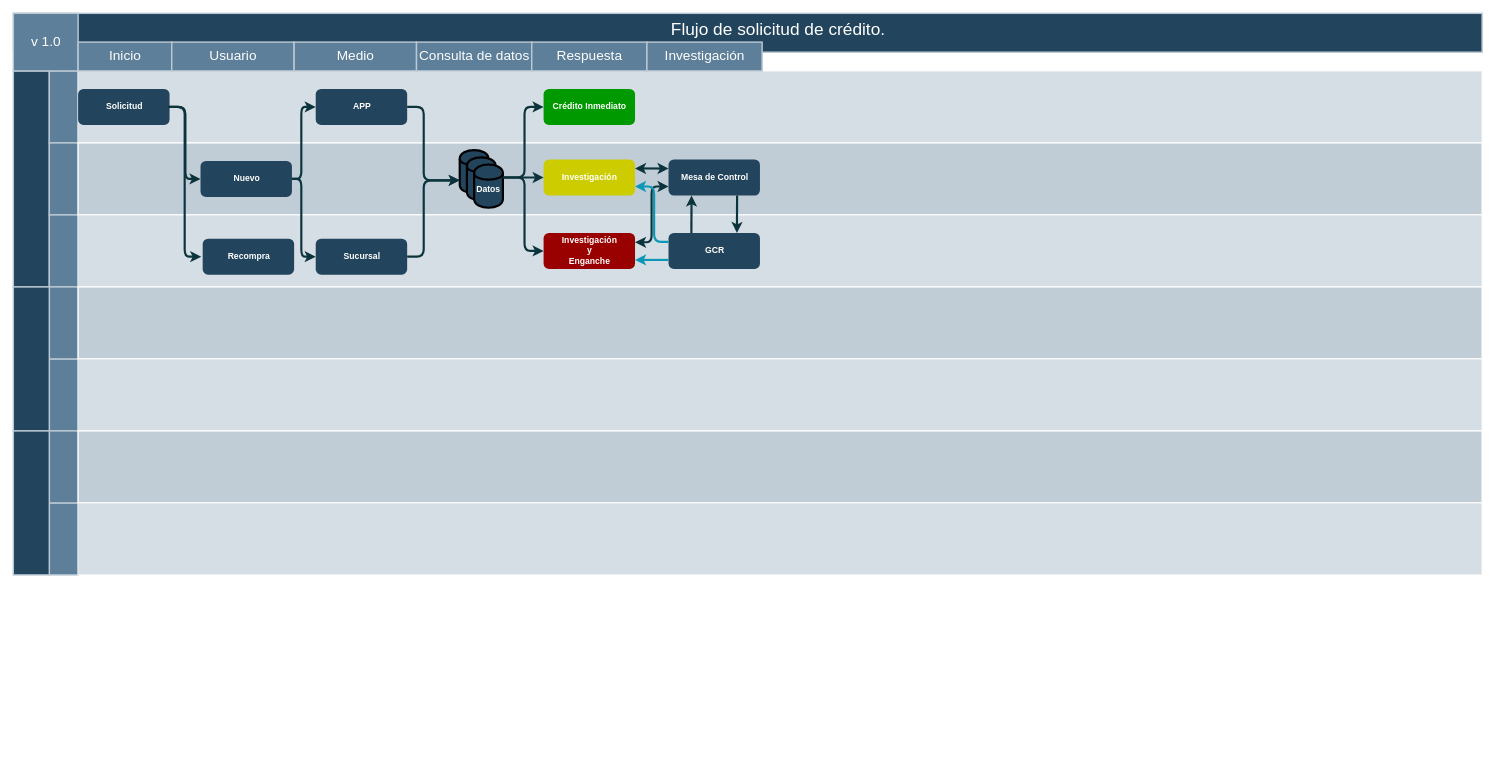
The draw.io diagram Untitled Diagram.drawio in ChristianG-M/WEB, before the edit. Source tidied: cells renumbered, new cells numbered last; positions are measured from the earlier drawing's top-left corner, leaving out a move shared by most shapes. Both pictures are drawn from the tidied source at 72%, with x=0, y=0 at pixel (13, 13).
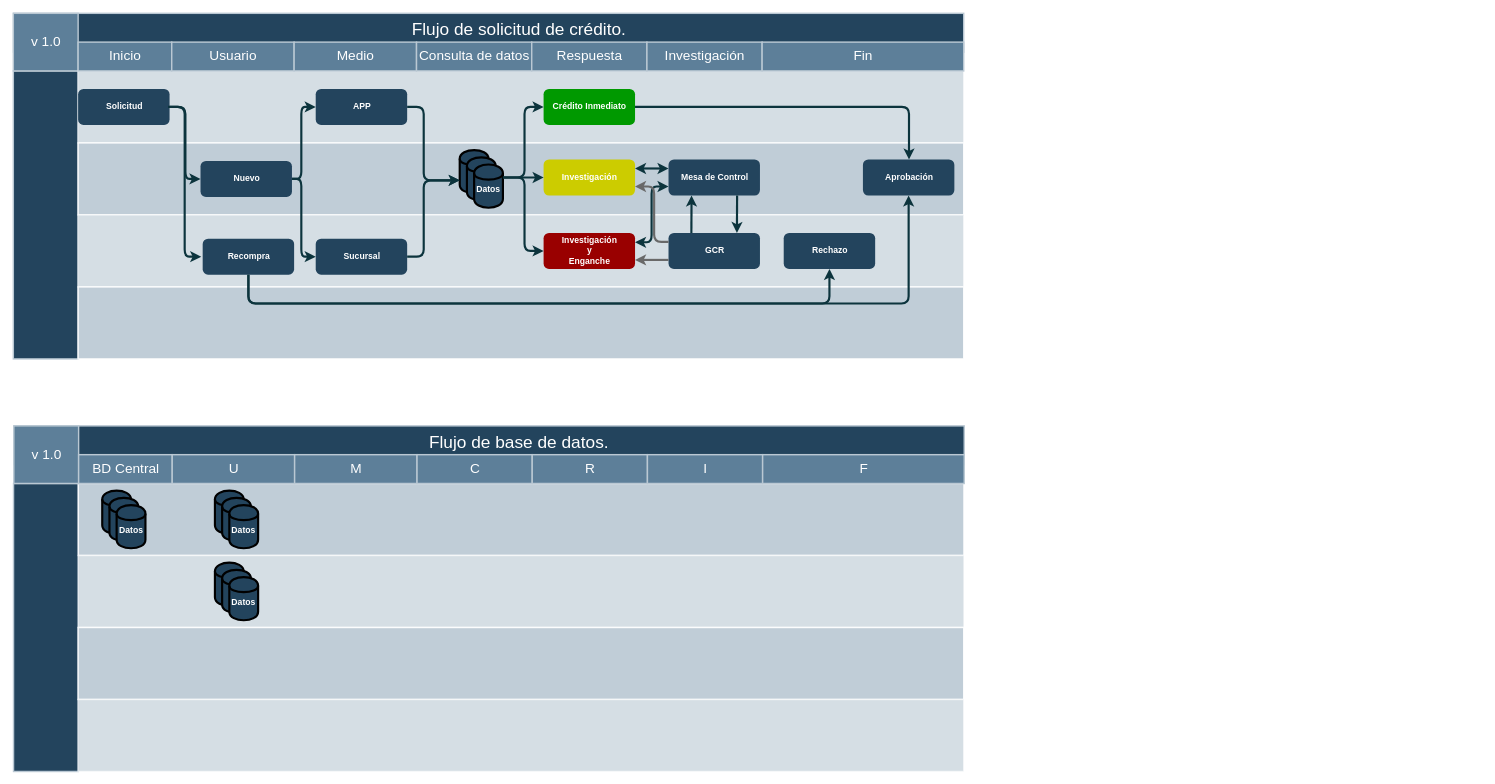
The same page after the edit.

Unchanged cells that the change refers to:
```xml
<mxCell id="28" value="&lt;font color=&quot;#FFFFFF&quot;&gt;&lt;b&gt;Recompra&lt;/b&gt;&lt;/font&gt;" style="rounded=1;fillColor=#23445D;strokeColor=none;strokeWidth=2;fontFamily=Helvetica;html=1;gradientColor=none;" parent="1" vertex="1">
  <mxGeometry x="263" y="313" width="127" height="50" as="geometry" />
</mxCell>
<mxCell id="40" value="&lt;div&gt;&lt;font color=&quot;#FFFFFF&quot;&gt;&lt;b&gt;Investigación&lt;/b&gt;&lt;/font&gt;&lt;/div&gt;&lt;div&gt;&lt;font color=&quot;#FFFFFF&quot;&gt;&lt;b&gt;y&lt;/b&gt;&lt;/font&gt;&lt;/div&gt;&lt;div&gt;&lt;font color=&quot;#FFFFFF&quot;&gt;&lt;b&gt; Enganche&lt;/b&gt;&lt;/font&gt;&lt;/div&gt;" style="rounded=1;strokeColor=none;strokeWidth=2;fontFamily=Helvetica;html=1;gradientColor=none;fillColor=#990000;" parent="1" vertex="1">
  <mxGeometry x="736.5" y="305" width="127" height="50" as="geometry" />
</mxCell>
<mxCell id="42" value="&lt;font color=&quot;#FFFFFF&quot;&gt;&lt;b&gt;Investigación&lt;/b&gt;&lt;/font&gt;" style="rounded=1;strokeColor=none;strokeWidth=2;fontFamily=Helvetica;html=1;gradientColor=none;fillColor=#CCCC00;" parent="1" vertex="1">
  <mxGeometry x="736.5" y="203" width="127" height="50" as="geometry" />
</mxCell>
<mxCell id="43" value="&lt;font color=&quot;#FFFFFF&quot;&gt;&lt;b&gt;Crédito Inmediato&lt;br&gt;&lt;/b&gt;&lt;/font&gt;" style="rounded=1;strokeColor=none;strokeWidth=2;fontFamily=Helvetica;html=1;gradientColor=none;fillColor=#009900;" parent="1" vertex="1">
  <mxGeometry x="736.5" y="105" width="127" height="50" as="geometry" />
</mxCell>
<mxCell id="48" value="&lt;font color=&quot;#FFFFFF&quot;&gt;&lt;b&gt;GCR&lt;/b&gt;&lt;/font&gt;" style="rounded=1;fillColor=#23445D;strokeColor=none;strokeWidth=2;fontFamily=Helvetica;html=1;gradientColor=none;" parent="1" vertex="1">
  <mxGeometry x="910" y="305" width="127" height="50" as="geometry" />
</mxCell>
```

What changed in the source:
```diff
@@
     <mxCell id="2" value="Flujo de solicitud de crédito." style="strokeColor=#BAC8D3;fillColor=#23445D;fontSize=24;strokeWidth=2;fontFamily=Helvetica;html=1;fontColor=#FFFFFF;fontStyle=0;spacingBottom=8;spacingRight=0;spacingLeft=83;" parent="1" vertex="1">
-      <mxGeometry x="0.3" width="2039.7" height="54" as="geometry" />
+      <mxGeometry x="0.3" width="1319.7" height="54" as="geometry" />
     </mxCell>
     <mxCell id="3" style="strokeColor=#BAC8D3;fillColor=#23445D;fontSize=24;strokeWidth=2;horizontal=0;fontFamily=Helvetica;html=1;fontColor=#FFFFFF;fontStyle=0;" parent="1" vertex="1">
-      <mxGeometry y="80" width="50" height="300" as="geometry" />
+      <mxGeometry y="80" width="90" height="400" as="geometry" />
     </mxCell>
-    <mxCell id="4" style="strokeColor=#BAC8D3;fillColor=#5d7f99;fontSize=19;strokeWidth=2;horizontal=0;fontFamily=Helvetica;html=1;labelBackgroundColor=none;fontColor=#FFFFFF;" parent="1" vertex="1">
-      <mxGeometry x="50" y="80" width="40" height="100" as="geometry" />
-    </mxCell>
@@
-    <mxCell id="6" style="strokeColor=#BAC8D3;fillColor=#5d7f99;fontSize=19;strokeWidth=2;horizontal=0;fontFamily=Helvetica;html=1;labelBackgroundColor=none;fontColor=#FFFFFF;" parent="1" vertex="1">
-      <mxGeometry x="50" y="180" width="40" height="100" as="geometry" />
-    </mxCell>
-    <mxCell id="7" style="strokeColor=#BAC8D3;fillColor=#5d7f99;fontSize=19;strokeWidth=2;horizontal=0;fontFamily=Helvetica;html=1;labelBackgroundColor=none;fontColor=#FFFFFF;" parent="1" vertex="1">
-      <mxGeometry x="50" y="280" width="40" height="100" as="geometry" />
-    </mxCell>
-    <mxCell id="8" style="strokeColor=#BAC8D3;fillColor=#5d7f99;fontSize=19;strokeWidth=2;horizontal=0;fontFamily=Helvetica;html=1;labelBackgroundColor=none;fontColor=#FFFFFF;" parent="1" vertex="1">
-      <mxGeometry x="50" y="480" width="40" height="100" as="geometry" />
-    </mxCell>
-    <mxCell id="9" style="strokeColor=#BAC8D3;fillColor=#5d7f99;fontSize=19;strokeWidth=2;horizontal=0;fontFamily=Helvetica;html=1;labelBackgroundColor=none;fontColor=#FFFFFF;" parent="1" vertex="1">
-      <mxGeometry x="50" y="380" width="40" height="100" as="geometry" />
-    </mxCell>
-    <mxCell id="10" style="strokeColor=#BAC8D3;fillColor=#23445D;fontSize=24;strokeWidth=2;horizontal=0;fontFamily=Helvetica;html=1;fontColor=#FFFFFF;fontStyle=0;" parent="1" vertex="1">
-      <mxGeometry y="380" width="50" height="200" as="geometry" />
-    </mxCell>
-    <mxCell id="11" style="strokeColor=#BAC8D3;fillColor=#5d7f99;fontSize=19;strokeWidth=2;horizontal=0;fontFamily=Helvetica;html=1;labelBackgroundColor=none;fontColor=#FFFFFF;" parent="1" vertex="1">
-      <mxGeometry x="50" y="680" width="40" height="100" as="geometry" />
-    </mxCell>
-    <mxCell id="12" style="strokeColor=#BAC8D3;fillColor=#5d7f99;fontSize=19;strokeWidth=2;horizontal=0;fontFamily=Helvetica;html=1;labelBackgroundColor=none;fontColor=#FFFFFF;" parent="1" vertex="1">
-      <mxGeometry x="50" y="580" width="40" height="100" as="geometry" />
-    </mxCell>
     <mxCell id="13" style="strokeColor=#BAC8D3;fillColor=#23445D;fontSize=24;strokeWidth=2;horizontal=0;fontFamily=Helvetica;html=1;fontColor=#FFFFFF;fontStyle=0;" parent="1" vertex="1">
-      <mxGeometry y="580" width="50" height="200" as="geometry" />
+      <mxGeometry x="0.3" y="653" width="90" height="400" as="geometry" />
     </mxCell>
     <mxCell id="14" style="strokeColor=#FFFFFF;fillColor=#BAC8D3;fontSize=18;strokeWidth=2;fontFamily=Helvetica;html=1;opacity=60;" parent="1" vertex="1">
-      <mxGeometry x="90" y="80" width="1950" height="100" as="geometry" />
+      <mxGeometry x="90" y="80" width="1230" height="100" as="geometry" />
     </mxCell>
     <mxCell id="15" style="strokeColor=#FFFFFF;fillColor=#BAC8D3;fontSize=18;strokeWidth=2;fontFamily=Helvetica;html=1;opacity=90;" parent="1" vertex="1">
-      <mxGeometry x="90" y="180" width="1950" height="100" as="geometry" />
+      <mxGeometry x="90" y="180" width="1230" height="100" as="geometry" />
     </mxCell>
     <mxCell id="16" style="strokeColor=#FFFFFF;fillColor=#BAC8D3;fontSize=18;strokeWidth=2;fontFamily=Helvetica;html=1;opacity=60;" parent="1" vertex="1">
-      <mxGeometry x="90" y="280" width="1950" height="100" as="geometry" />
+      <mxGeometry x="90" y="280" width="1230" height="100" as="geometry" />
     </mxCell>
     <mxCell id="17" style="strokeColor=#FFFFFF;fillColor=#BAC8D3;fontSize=18;strokeWidth=2;fontFamily=Helvetica;html=1;opacity=90;" parent="1" vertex="1">
-      <mxGeometry x="90" y="380" width="1950" height="100" as="geometry" />
+      <mxGeometry x="90" y="380" width="1230" height="100" as="geometry" />
     </mxCell>
-    <mxCell id="18" style="strokeColor=#FFFFFF;fillColor=#BAC8D3;fontSize=18;strokeWidth=2;fontFamily=Helvetica;html=1;opacity=60;" parent="1" vertex="1">
-      <mxGeometry x="90" y="480" width="1950" height="100" as="geometry" />
-    </mxCell>
     <mxCell id="19" style="strokeColor=#FFFFFF;fillColor=#BAC8D3;fontSize=18;strokeWidth=2;fontFamily=Helvetica;html=1;opacity=90;" parent="1" vertex="1">
-      <mxGeometry x="90" y="580" width="1950" height="100" as="geometry" />
+      <mxGeometry x="90.3" y="653" width="1230" height="100" as="geometry" />
     </mxCell>
     <mxCell id="20" style="strokeColor=#FFFFFF;fillColor=#BAC8D3;fontSize=18;strokeWidth=2;fontFamily=Helvetica;html=1;opacity=60;" parent="1" vertex="1">
-      <mxGeometry x="90" y="680" width="1950" height="100" as="geometry" />
+      <mxGeometry x="90.3" y="753" width="1230" height="100" as="geometry" />
     </mxCell>
@@
-    <mxCell id="55" style="edgeStyle=elbowEdgeStyle;elbow=horizontal;strokeWidth=3;fontFamily=Helvetica;html=1;exitX=0;exitY=0.25;exitDx=0;exitDy=0;entryX=1;entryY=0.75;entryDx=0;entryDy=0;strokeColor=#0B97B5;" parent="1" edge="1" source="48" target="42">
+    <mxCell id="55" style="edgeStyle=elbowEdgeStyle;elbow=horizontal;strokeWidth=3;fontFamily=Helvetica;html=1;entryX=1;entryY=0.75;entryDx=0;entryDy=0;strokeColor=#696969;exitX=0;exitY=0.25;exitDx=0;exitDy=0;" parent="1" edge="1" source="48" target="42">
       <mxGeometry x="558.3" y="806" as="geometry">
         <Array as="points">
+          <mxPoint x="890" y="318" />
+          <mxPoint x="890" y="318" />
           <mxPoint x="890" y="283" />
           <mxPoint x="1078.2" y="267" />
           <mxPoint x="1088.2" y="337" />
           <mxPoint x="1101.2" y="420" />
           <mxPoint x="1104.2" y="510" />
           <mxPoint x="1137.2" y="639" />
         </Array>
       </mxGeometry>
     </mxCell>
-    <mxCell id="56" style="edgeStyle=elbowEdgeStyle;elbow=horizontal;strokeWidth=3;fontFamily=Helvetica;html=1;exitX=0;exitY=0.75;exitDx=0;exitDy=0;entryX=1;entryY=0.75;entryDx=0;entryDy=0;strokeColor=#0B97B5;" parent="1" edge="1" source="48" target="40">
+    <mxCell id="56" style="edgeStyle=elbowEdgeStyle;elbow=horizontal;strokeWidth=3;fontFamily=Helvetica;html=1;exitX=0;exitY=0.75;exitDx=0;exitDy=0;entryX=1;entryY=0.75;entryDx=0;entryDy=0;strokeColor=#696969;" parent="1" edge="1" source="48" target="40">
       <mxGeometry x="568.3" y="816" as="geometry">
         <Array as="points">
           <mxPoint x="880" y="330" />
           <mxPoint x="1088.2" y="277" />
           <mxPoint x="1098.2" y="347" />
           <mxPoint x="1111.2" y="430" />
           <mxPoint x="1114.2" y="520" />
           <mxPoint x="1147.2" y="649" />
         </Array>
       </mxGeometry>
     </mxCell>
+    <mxCell id="57" value="Fin" style="strokeColor=#BAC8D3;fillColor=#5d7f99;fontSize=19;strokeWidth=2;fontFamily=Helvetica;html=1;labelBackgroundColor=none;fontColor=#FFFFFF;" parent="1" vertex="1">
+      <mxGeometry x="1040" y="40" width="280" height="40" as="geometry" />
+    </mxCell>
+    <mxCell id="58" value="&lt;font color=&quot;#FFFFFF&quot;&gt;&lt;b&gt;Aprobación&lt;br&gt;&lt;/b&gt;&lt;/font&gt;" style="rounded=1;fillColor=#23445D;strokeColor=none;strokeWidth=2;fontFamily=Helvetica;html=1;gradientColor=none;" parent="1" vertex="1">
+      <mxGeometry x="1180" y="203" width="127" height="50" as="geometry" />
+    </mxCell>
+    <mxCell id="59" value="&lt;font color=&quot;#FFFFFF&quot;&gt;&lt;b&gt;Rechazo&lt;br&gt;&lt;/b&gt;&lt;/font&gt;" style="rounded=1;fillColor=#23445D;strokeColor=none;strokeWidth=2;fontFamily=Helvetica;html=1;gradientColor=none;" parent="1" vertex="1">
+      <mxGeometry x="1070" y="305" width="127" height="50" as="geometry" />
+    </mxCell>
+    <mxCell id="60" style="edgeStyle=elbowEdgeStyle;elbow=horizontal;strokeWidth=3;strokeColor=#0C343D;fontFamily=Helvetica;html=1;exitX=1;exitY=0.5;exitDx=0;exitDy=0;entryX=0.5;entryY=0;entryDx=0;entryDy=0;" parent="1" edge="1" source="43" target="58">
+      <mxGeometry x="523.6" y="665" as="geometry">
+        <Array as="points">
+          <mxPoint x="1244" y="163" />
+          <mxPoint x="1233" y="163" />
+          <mxPoint x="1053.5" y="196" />
+          <mxPoint x="1066.5" y="279" />
+          <mxPoint x="1069.5" y="369" />
+          <mxPoint x="1102.5" y="498" />
+        </Array>
+      </mxGeometry>
+    </mxCell>
+    <mxCell id="61" style="edgeStyle=elbowEdgeStyle;elbow=horizontal;strokeWidth=3;strokeColor=#0C343D;fontFamily=Helvetica;html=1;exitX=0.5;exitY=1;exitDx=0;exitDy=0;entryX=0.5;entryY=1;entryDx=0;entryDy=0;" parent="1" edge="1" source="28" target="58">
+      <mxGeometry x="-19.9" y="958" as="geometry">
+        <Array as="points">
+          <mxPoint x="720" y="403" />
+          <mxPoint x="720" y="383" />
+          <mxPoint x="1110" y="283" />
+          <mxPoint x="1100" y="383" />
+          <mxPoint x="327" y="403" />
+          <mxPoint x="610" y="413" />
+          <mxPoint x="689.5" y="456" />
+          <mxPoint x="510" y="489" />
+          <mxPoint x="523" y="572" />
+          <mxPoint x="526" y="662" />
+          <mxPoint x="559" y="791" />
+        </Array>
+      </mxGeometry>
+    </mxCell>
+    <mxCell id="62" style="edgeStyle=elbowEdgeStyle;elbow=horizontal;strokeWidth=3;strokeColor=#0C343D;fontFamily=Helvetica;html=1;exitX=0.5;exitY=1;exitDx=0;exitDy=0;entryX=0.5;entryY=1;entryDx=0;entryDy=0;" parent="1" edge="1" source="28" target="59">
+      <mxGeometry x="-9.9" y="968" as="geometry">
+        <Array as="points">
+          <mxPoint x="790" y="403" />
+          <mxPoint x="730" y="393" />
+          <mxPoint x="1120" y="293" />
+          <mxPoint x="1110" y="393" />
+          <mxPoint x="337" y="413" />
+          <mxPoint x="620" y="423" />
+          <mxPoint x="699.5" y="466" />
+          <mxPoint x="520" y="499" />
+          <mxPoint x="533" y="582" />
+          <mxPoint x="536" y="672" />
+          <mxPoint x="569" y="801" />
+        </Array>
+      </mxGeometry>
+    </mxCell>
+    <mxCell id="63" value="Flujo de base de datos." style="strokeColor=#BAC8D3;fillColor=#23445D;fontSize=24;strokeWidth=2;fontFamily=Helvetica;html=1;fontColor=#FFFFFF;fontStyle=0;spacingBottom=8;spacingRight=0;spacingLeft=83;" parent="1" vertex="1">
+      <mxGeometry x="1" y="573" width="1319.7" height="54" as="geometry" />
+    </mxCell>
+    <mxCell id="64" value="v 1.0" style="strokeColor=#BAC8D3;fillColor=#5d7f99;fontSize=19;strokeWidth=2;fontFamily=Helvetica;html=1;labelBackgroundColor=none;fontColor=#FFFFFF;" parent="1" vertex="1">
+      <mxGeometry x="0.7" y="573" width="90" height="80" as="geometry" />
+    </mxCell>
+    <mxCell id="65" style="group;" parent="1" vertex="1">
+      <mxGeometry x="90.7" y="613" width="300" height="40" as="geometry" />
+    </mxCell>
+    <mxCell id="66" value="BD Central" style="strokeColor=#BAC8D3;fillColor=#5d7f99;fontSize=19;strokeWidth=2;fontFamily=Helvetica;html=1;labelBackgroundColor=none;fontColor=#FFFFFF;" parent="65" vertex="1">
+      <mxGeometry width="130" height="40" as="geometry" />
+    </mxCell>
+    <mxCell id="67" value="U" style="strokeColor=#BAC8D3;fillColor=#5d7f99;fontSize=19;strokeWidth=2;fontFamily=Helvetica;html=1;labelBackgroundColor=none;fontColor=#FFFFFF;" parent="65" vertex="1">
+      <mxGeometry x="130" width="170" height="40" as="geometry" />
+    </mxCell>
+    <mxCell id="68" value="M" style="strokeColor=#BAC8D3;fillColor=#5d7f99;fontSize=19;strokeWidth=2;fontFamily=Helvetica;html=1;labelBackgroundColor=none;fontColor=#FFFFFF;" parent="1" vertex="1">
+      <mxGeometry x="390.7" y="613" width="170" height="40" as="geometry" />
+    </mxCell>
+    <mxCell id="69" value="C" style="strokeColor=#BAC8D3;fillColor=#5d7f99;fontSize=19;strokeWidth=2;fontFamily=Helvetica;html=1;labelBackgroundColor=none;fontColor=#FFFFFF;" parent="1" vertex="1">
+      <mxGeometry x="560.7" y="613" width="160" height="40" as="geometry" />
+    </mxCell>
+    <mxCell id="70" value="R" style="strokeColor=#BAC8D3;fillColor=#5d7f99;fontSize=19;strokeWidth=2;fontFamily=Helvetica;html=1;labelBackgroundColor=none;fontColor=#FFFFFF;" parent="1" vertex="1">
+      <mxGeometry x="720.7" y="613" width="160" height="40" as="geometry" />
+    </mxCell>
+    <mxCell id="71" value="I" style="strokeColor=#BAC8D3;fillColor=#5d7f99;fontSize=19;strokeWidth=2;fontFamily=Helvetica;html=1;labelBackgroundColor=none;fontColor=#FFFFFF;" parent="1" vertex="1">
+      <mxGeometry x="880.7" y="613" width="160" height="40" as="geometry" />
+    </mxCell>
+    <mxCell id="72" value="F" style="strokeColor=#BAC8D3;fillColor=#5d7f99;fontSize=19;strokeWidth=2;fontFamily=Helvetica;html=1;labelBackgroundColor=none;fontColor=#FFFFFF;" parent="1" vertex="1">
+      <mxGeometry x="1040.7" y="613" width="280" height="40" as="geometry" />
+    </mxCell>
+    <mxCell id="73" style="strokeColor=#FFFFFF;fillColor=#BAC8D3;fontSize=18;strokeWidth=2;fontFamily=Helvetica;html=1;opacity=90;" parent="1" vertex="1">
+      <mxGeometry x="90" y="853" width="1230" height="100" as="geometry" />
+    </mxCell>
+    <mxCell id="74" style="strokeColor=#FFFFFF;fillColor=#BAC8D3;fontSize=18;strokeWidth=2;fontFamily=Helvetica;html=1;opacity=60;" parent="1" vertex="1">
+      <mxGeometry x="90" y="953" width="1230" height="100" as="geometry" />
+    </mxCell>
+    <mxCell id="75" style="shape=cylinder;whiteSpace=wrap;html=1;boundedLbl=1;backgroundOutline=1;strokeWidth=3;fillColor=#23445D;" parent="1" vertex="1">
+      <mxGeometry x="123.5" y="663" width="40" height="60" as="geometry" />
+    </mxCell>
+    <mxCell id="76" style="shape=cylinder;whiteSpace=wrap;html=1;boundedLbl=1;backgroundOutline=1;strokeWidth=3;fillColor=#23445D;" parent="1" vertex="1">
+      <mxGeometry x="133.5" y="673" width="40" height="60" as="geometry" />
+    </mxCell>
+    <mxCell id="77" style="shape=cylinder;whiteSpace=wrap;html=1;boundedLbl=1;backgroundOutline=1;strokeWidth=3;fillColor=#23445D;" parent="1" vertex="1">
+      <mxGeometry x="143.5" y="683" width="40" height="60" as="geometry" />
+    </mxCell>
+    <mxCell id="78" value="&lt;b&gt;&lt;font color=&quot;#FFFFFF&quot;&gt;Datos&lt;/font&gt;&lt;/b&gt;" style="text;html=1;strokeColor=none;fillColor=none;align=center;verticalAlign=middle;whiteSpace=wrap;rounded=0;" parent="1" vertex="1">
+      <mxGeometry x="143.5" y="708" width="40" height="20" as="geometry" />
+    </mxCell>
+    <mxCell id="79" style="shape=cylinder;whiteSpace=wrap;html=1;boundedLbl=1;backgroundOutline=1;strokeWidth=3;fillColor=#23445D;" parent="1" vertex="1">
+      <mxGeometry x="280" y="663" width="40" height="60" as="geometry" />
+    </mxCell>
+    <mxCell id="80" style="shape=cylinder;whiteSpace=wrap;html=1;boundedLbl=1;backgroundOutline=1;strokeWidth=3;fillColor=#23445D;" parent="1" vertex="1">
+      <mxGeometry x="290" y="673" width="40" height="60" as="geometry" />
+    </mxCell>
+    <mxCell id="81" style="shape=cylinder;whiteSpace=wrap;html=1;boundedLbl=1;backgroundOutline=1;strokeWidth=3;fillColor=#23445D;" parent="1" vertex="1">
+      <mxGeometry x="300" y="683" width="40" height="60" as="geometry" />
+    </mxCell>
+    <mxCell id="82" value="&lt;b&gt;&lt;font color=&quot;#FFFFFF&quot;&gt;Datos&lt;/font&gt;&lt;/b&gt;" style="text;html=1;strokeColor=none;fillColor=none;align=center;verticalAlign=middle;whiteSpace=wrap;rounded=0;" parent="1" vertex="1">
+      <mxGeometry x="300" y="708" width="40" height="20" as="geometry" />
+    </mxCell>
+    <mxCell id="83" style="shape=cylinder;whiteSpace=wrap;html=1;boundedLbl=1;backgroundOutline=1;strokeWidth=3;fillColor=#23445D;" parent="1" vertex="1">
+      <mxGeometry x="280" y="763" width="40" height="60" as="geometry" />
+    </mxCell>
+    <mxCell id="84" style="shape=cylinder;whiteSpace=wrap;html=1;boundedLbl=1;backgroundOutline=1;strokeWidth=3;fillColor=#23445D;" parent="1" vertex="1">
+      <mxGeometry x="290" y="773" width="40" height="60" as="geometry" />
+    </mxCell>
+    <mxCell id="85" style="shape=cylinder;whiteSpace=wrap;html=1;boundedLbl=1;backgroundOutline=1;strokeWidth=3;fillColor=#23445D;" parent="1" vertex="1">
+      <mxGeometry x="300" y="783" width="40" height="60" as="geometry" />
+    </mxCell>
+    <mxCell id="86" value="&lt;b&gt;&lt;font color=&quot;#FFFFFF&quot;&gt;Datos&lt;/font&gt;&lt;/b&gt;" style="text;html=1;strokeColor=none;fillColor=none;align=center;verticalAlign=middle;whiteSpace=wrap;rounded=0;" parent="1" vertex="1">
+      <mxGeometry x="300" y="808" width="40" height="20" as="geometry" />
+    </mxCell>
```
